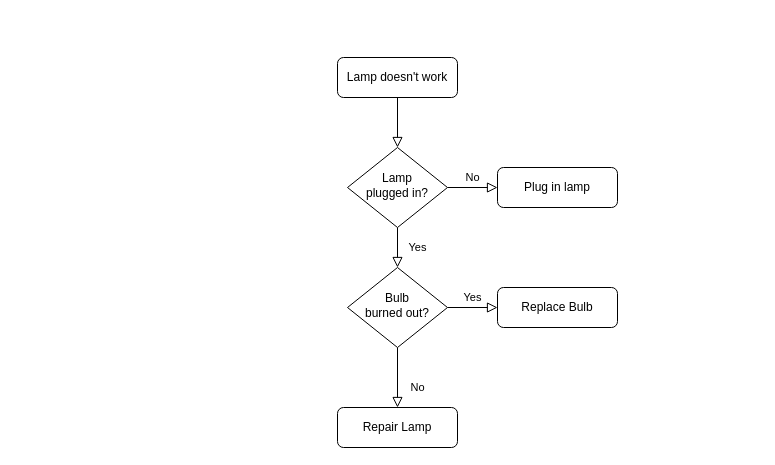
Earlier version of the draw.io diagram Diagrams/StructureDia.drawio (thomasmonradlaursen/GroupNine_SoftwareProject). Source tidied: cells renumbered, new cells numbered last; positions are measured from the earlier drawing's top-left corner, leaving out a move shared by most shapes. Both pictures are drawn from the tidied source at 100%, with x=0, y=0 at pixel (337, 57).
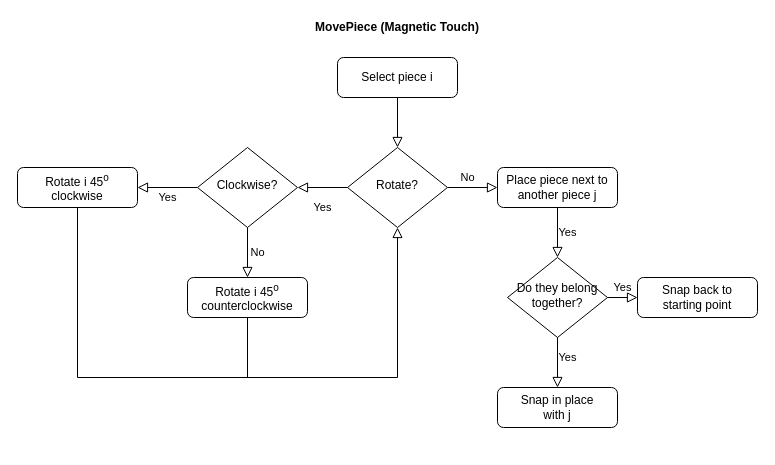
After the change.

Diff of the diagram source:
```diff
@@
-    <mxCell id="3" value="Lamp doesn't work" style="rounded=1;whiteSpace=wrap;html=1;fontSize=12;glass=0;strokeWidth=1;shadow=0;" parent="1" vertex="1">
+    <mxCell id="3" value="Select piece i" style="rounded=1;whiteSpace=wrap;html=1;fontSize=12;glass=0;strokeWidth=1;shadow=0;" parent="1" vertex="1">
       <mxGeometry width="120" height="40" as="geometry" />
     </mxCell>
-    <mxCell id="4" value="Yes" style="rounded=0;html=1;jettySize=auto;fontSize=11;endArrow=block;endFill=0;endSize=8;strokeWidth=1;shadow=0;labelBackgroundColor=none;edgeStyle=orthogonalEdgeStyle;" parent="1" edge="1" source="6" target="10">
+    <mxCell id="4" value="Yes" style="rounded=0;html=1;jettySize=auto;fontSize=11;endArrow=block;endFill=0;endSize=8;strokeWidth=1;shadow=0;labelBackgroundColor=none;edgeStyle=orthogonalEdgeStyle;exitX=0;exitY=0.5;exitDx=0;exitDy=0;" parent="1" edge="1" source="6" target="10">
       <mxGeometry y="20" relative="1" as="geometry" />
     </mxCell>
     <mxCell id="5" value="No" style="edgeStyle=orthogonalEdgeStyle;rounded=0;html=1;jettySize=auto;fontSize=11;endArrow=block;endFill=0;endSize=8;strokeWidth=1;shadow=0;labelBackgroundColor=none;" parent="1" edge="1" source="6" target="7">
-      <mxGeometry y="10" relative="1" as="geometry" />
+      <mxGeometry x="-0.2" y="10" relative="1" as="geometry" />
     </mxCell>
-    <mxCell id="6" value="Lamp&lt;br&gt;plugged in?" style="rhombus;whiteSpace=wrap;html=1;shadow=0;fontFamily=Helvetica;fontSize=12;align=center;strokeWidth=1;spacing=6;spacingTop=-4;" parent="1" vertex="1">
+    <mxCell id="6" value="Rotate?" style="rhombus;whiteSpace=wrap;html=1;shadow=0;fontFamily=Helvetica;fontSize=12;align=center;strokeWidth=1;spacing=6;spacingTop=-4;" parent="1" vertex="1">
       <mxGeometry x="10" y="90" width="100" height="80" as="geometry" />
     </mxCell>
-    <mxCell id="7" value="Plug in lamp" style="rounded=1;whiteSpace=wrap;html=1;fontSize=12;glass=0;strokeWidth=1;shadow=0;" parent="1" vertex="1">
+    <mxCell id="7" value="Place piece next to another piece j" style="rounded=1;whiteSpace=wrap;html=1;fontSize=12;glass=0;strokeWidth=1;shadow=0;" parent="1" vertex="1">
       <mxGeometry x="160" y="110" width="120" height="40" as="geometry" />
     </mxCell>
-    <mxCell id="8" value="No" style="rounded=0;html=1;jettySize=auto;fontSize=11;endArrow=block;endFill=0;endSize=8;strokeWidth=1;shadow=0;labelBackgroundColor=none;edgeStyle=orthogonalEdgeStyle;" parent="1" edge="1" source="10" target="11">
-      <mxGeometry x="0.33" y="20" relative="1" as="geometry" />
-    </mxCell>
-    <mxCell id="9" value="Yes" style="edgeStyle=orthogonalEdgeStyle;rounded=0;html=1;jettySize=auto;fontSize=11;endArrow=block;endFill=0;endSize=8;strokeWidth=1;shadow=0;labelBackgroundColor=none;" parent="1" edge="1" source="10" target="12">
+    <mxCell id="9" value="Yes" style="edgeStyle=orthogonalEdgeStyle;rounded=0;html=1;jettySize=auto;fontSize=11;endArrow=block;endFill=0;endSize=8;strokeWidth=1;shadow=0;labelBackgroundColor=none;entryX=1;entryY=0.5;entryDx=0;entryDy=0;exitX=0;exitY=0.5;exitDx=0;exitDy=0;" parent="1" edge="1" source="10" target="12">
       <mxGeometry y="10" relative="1" as="geometry" />
     </mxCell>
-    <mxCell id="10" value="Bulb&lt;br&gt;burned out?" style="rhombus;whiteSpace=wrap;html=1;shadow=0;fontFamily=Helvetica;fontSize=12;align=center;strokeWidth=1;spacing=6;spacingTop=-4;" parent="1" vertex="1">
-      <mxGeometry x="10" y="210" width="100" height="80" as="geometry" />
+    <mxCell id="10" value="Clockwise?" style="rhombus;whiteSpace=wrap;html=1;shadow=0;fontFamily=Helvetica;fontSize=12;align=center;strokeWidth=1;spacing=6;spacingTop=-4;" parent="1" vertex="1">
+      <mxGeometry x="-140" y="90" width="100" height="80" as="geometry" />
     </mxCell>
-    <mxCell id="11" value="Repair Lamp" style="rounded=1;whiteSpace=wrap;html=1;fontSize=12;glass=0;strokeWidth=1;shadow=0;" parent="1" vertex="1">
-      <mxGeometry y="350" width="120" height="40" as="geometry" />
+    <mxCell id="11" value="&lt;div&gt;Rotate i 45&lt;sup&gt;o&lt;/sup&gt; &lt;br&gt;&lt;/div&gt;&lt;div&gt;counterclockwise&lt;/div&gt;" style="rounded=1;whiteSpace=wrap;html=1;fontSize=12;glass=0;strokeWidth=1;shadow=0;" parent="1" vertex="1">
+      <mxGeometry x="-150" y="220" width="120" height="40" as="geometry" />
     </mxCell>
-    <mxCell id="12" value="Replace Bulb" style="rounded=1;whiteSpace=wrap;html=1;fontSize=12;glass=0;strokeWidth=1;shadow=0;" parent="1" vertex="1">
-      <mxGeometry x="160" y="230" width="120" height="40" as="geometry" />
+    <mxCell id="12" value="&lt;div&gt;Rotate i 45&lt;sup&gt;o&lt;/sup&gt; &lt;br&gt;&lt;/div&gt;&lt;div&gt;clockwise&lt;/div&gt;" style="rounded=1;whiteSpace=wrap;html=1;fontSize=12;glass=0;strokeWidth=1;shadow=0;" parent="1" vertex="1">
+      <mxGeometry x="-320" y="110" width="120" height="40" as="geometry" />
     </mxCell>
+    <mxCell id="13" value="&lt;b&gt;MovePiece (Magnetic Touch)&lt;/b&gt;" style="text;html=1;strokeColor=none;fillColor=none;align=center;verticalAlign=middle;whiteSpace=wrap;rounded=0;" parent="1" vertex="1">
+      <mxGeometry x="-45" y="-40" width="210" height="20" as="geometry" />
+    </mxCell>
+    <mxCell id="14" value="Do they belong together?" style="rhombus;whiteSpace=wrap;html=1;shadow=0;fontFamily=Helvetica;fontSize=12;align=center;strokeWidth=1;spacing=6;spacingTop=-4;" parent="1" vertex="1">
+      <mxGeometry x="170" y="200" width="100" height="80" as="geometry" />
+    </mxCell>
+    <mxCell id="15" value="&lt;div&gt;Snap back to &lt;br&gt;&lt;/div&gt;&lt;div&gt;starting point&lt;/div&gt;" style="rounded=1;whiteSpace=wrap;html=1;fontSize=12;glass=0;strokeWidth=1;shadow=0;" parent="1" vertex="1">
+      <mxGeometry x="300" y="220" width="120" height="40" as="geometry" />
+    </mxCell>
+    <mxCell id="16" value="Yes" style="edgeStyle=orthogonalEdgeStyle;rounded=0;html=1;jettySize=auto;fontSize=11;endArrow=block;endFill=0;endSize=8;strokeWidth=1;shadow=0;labelBackgroundColor=none;exitX=0.5;exitY=1;exitDx=0;exitDy=0;entryX=0.5;entryY=0;entryDx=0;entryDy=0;" parent="1" edge="1" source="14" target="17">
+      <mxGeometry x="-0.2" y="10" relative="1" as="geometry" />
+    </mxCell>
+    <mxCell id="17" value="&lt;div&gt;Snap in place &lt;br&gt;&lt;/div&gt;&lt;div&gt;with j&lt;/div&gt;" style="rounded=1;whiteSpace=wrap;html=1;fontSize=12;glass=0;strokeWidth=1;shadow=0;" parent="1" vertex="1">
+      <mxGeometry x="160" y="330" width="120" height="40" as="geometry" />
+    </mxCell>
+    <mxCell id="8" value="No" style="edgeStyle=orthogonalEdgeStyle;rounded=0;html=1;jettySize=auto;fontSize=11;endArrow=block;endFill=0;endSize=8;strokeWidth=1;shadow=0;labelBackgroundColor=none;entryX=0.5;entryY=0;entryDx=0;entryDy=0;exitX=0.5;exitY=1;exitDx=0;exitDy=0;" parent="1" edge="1" source="10" target="11">
+      <mxGeometry y="10" relative="1" as="geometry" />
+    </mxCell>
+    <mxCell id="18" style="edgeStyle=orthogonalEdgeStyle;rounded=0;html=1;jettySize=auto;fontSize=11;endArrow=block;endFill=0;endSize=8;strokeWidth=1;shadow=0;labelBackgroundColor=none;exitX=0.5;exitY=1;exitDx=0;exitDy=0;entryX=0.5;entryY=1;entryDx=0;entryDy=0;" parent="1" edge="1" source="12" target="6">
+      <mxGeometry x="-0.93" y="10" relative="1" as="geometry">
+        <Array as="points">
+          <mxPoint x="-260" y="320" />
+          <mxPoint x="60" y="320" />
+        </Array>
+      </mxGeometry>
+    </mxCell>
+    <mxCell id="19" style="endArrow=none;html=1;entryX=0.5;entryY=1;entryDx=0;entryDy=0;" parent="1" edge="1" target="11">
+      <mxGeometry relative="1" as="geometry">
+        <mxPoint x="-90" y="320" as="sourcePoint" />
+      </mxGeometry>
+    </mxCell>
+    <mxCell id="20" value="Yes" style="edgeStyle=orthogonalEdgeStyle;rounded=0;html=1;jettySize=auto;fontSize=11;endArrow=block;endFill=0;endSize=8;strokeWidth=1;shadow=0;labelBackgroundColor=none;entryX=0;entryY=0.5;entryDx=0;entryDy=0;exitX=1;exitY=0.5;exitDx=0;exitDy=0;" parent="1" edge="1" source="14" target="15">
+      <mxGeometry y="10" relative="1" as="geometry" />
+    </mxCell>
+    <mxCell id="21" value="Yes" style="edgeStyle=orthogonalEdgeStyle;rounded=0;html=1;jettySize=auto;fontSize=11;endArrow=block;endFill=0;endSize=8;strokeWidth=1;shadow=0;labelBackgroundColor=none;entryX=0.5;entryY=0;entryDx=0;entryDy=0;exitX=0.5;exitY=1;exitDx=0;exitDy=0;" parent="1" edge="1" source="7" target="14">
+      <mxGeometry y="10" relative="1" as="geometry" />
+    </mxCell>
```
